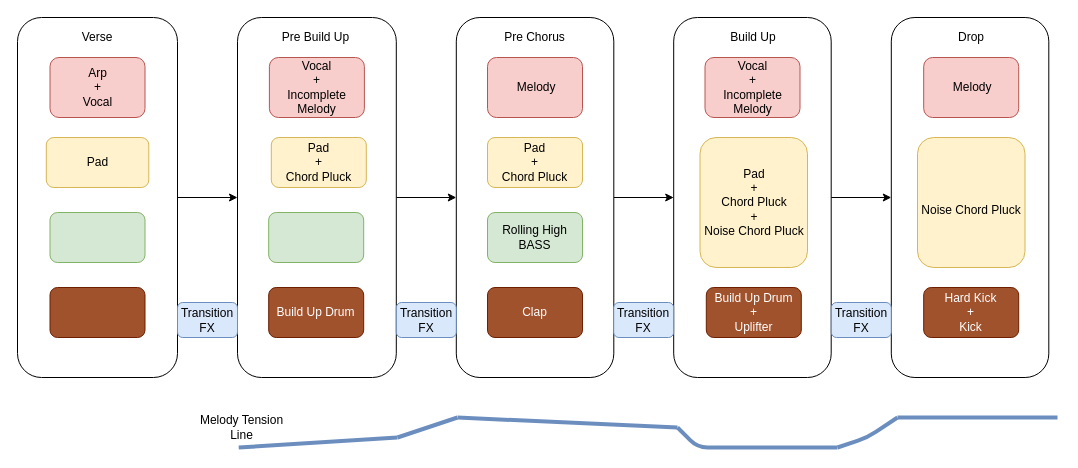
Before: Euphoric Hardstyle Pattern1.drawio in houance/Music-Illustration, a draw.io diagram. Source tidied: cells renumbered, new cells numbered last; positions are measured from the earlier drawing's top-left corner, leaving out a move shared by most shapes. Both pictures are drawn from the tidied source at 100%, with x=0, y=0 at pixel (17, 17).
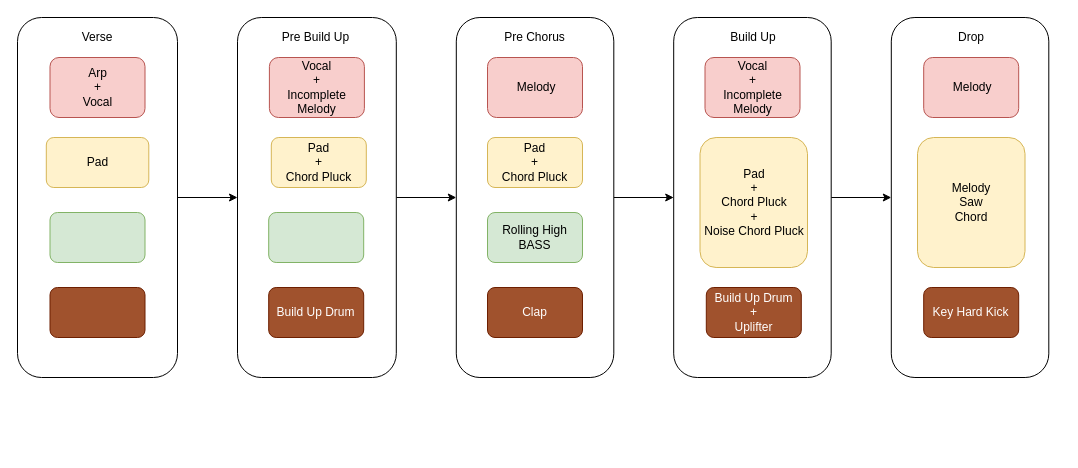
The same page after the edit.

Diff of the diagram source:
```diff
@@
-    <mxCell id="28" value="&lt;br&gt;Noise Chord Pluck" style="rounded=1;whiteSpace=wrap;html=1;fillColor=#fff2cc;strokeColor=#d6b656;" parent="1" vertex="1">
+    <mxCell id="28" value="Melody&lt;br&gt;Saw&lt;br&gt;Chord" style="rounded=1;whiteSpace=wrap;html=1;fillColor=#fff2cc;strokeColor=#d6b656;" parent="1" vertex="1">
       <mxGeometry x="900" y="120" width="107.5" height="130" as="geometry" />
     </mxCell>
-    <mxCell id="29" value="Hard Kick&lt;br&gt;+&lt;br&gt;Kick" style="rounded=1;whiteSpace=wrap;html=1;fillColor=#a0522d;strokeColor=#6D1F00;fontColor=#ffffff;" parent="1" vertex="1">
+    <mxCell id="29" value="Key Hard Kick" style="rounded=1;whiteSpace=wrap;html=1;fillColor=#a0522d;strokeColor=#6D1F00;fontColor=#ffffff;" parent="1" vertex="1">
       <mxGeometry x="906.2" y="270" width="95" height="50" as="geometry" />
     </mxCell>
@@
-    <mxCell id="31" style="endArrow=none;html=1;fontSize=12;fillColor=#dae8fc;strokeColor=#6c8ebf;rounded=1;jumpSize=10;strokeWidth=4;" parent="1" edge="1">
-      <mxGeometry relative="1" as="geometry">
-        <mxPoint x="221.2" y="430" as="sourcePoint" />
-        <mxPoint x="380" y="420" as="targetPoint" />
-      </mxGeometry>
-    </mxCell>
-    <mxCell id="32" style="endArrow=none;html=1;fontSize=12;fillColor=#dae8fc;strokeColor=#6c8ebf;rounded=1;jumpSize=10;strokeWidth=4;" parent="1" edge="1">
-      <mxGeometry relative="1" as="geometry">
-        <mxPoint x="380" y="420" as="sourcePoint" />
-        <mxPoint x="440" y="400" as="targetPoint" />
-      </mxGeometry>
-    </mxCell>
-    <mxCell id="33" style="endArrow=none;html=1;fontSize=12;fillColor=#dae8fc;strokeColor=#6c8ebf;rounded=1;jumpSize=10;strokeWidth=4;" parent="1" edge="1">
-      <mxGeometry relative="1" as="geometry">
-        <mxPoint x="440" y="400" as="sourcePoint" />
-        <mxPoint x="660" y="410" as="targetPoint" />
-      </mxGeometry>
-    </mxCell>
-    <mxCell id="34" style="endArrow=none;html=1;strokeWidth=4;fontSize=12;fillColor=#dae8fc;strokeColor=#6c8ebf;" parent="1" edge="1">
-      <mxGeometry relative="1" as="geometry">
-        <mxPoint x="660" y="410" as="sourcePoint" />
-        <mxPoint x="820" y="430" as="targetPoint" />
-        <Array as="points">
-          <mxPoint x="680" y="430" />
-        </Array>
-      </mxGeometry>
-    </mxCell>
-    <mxCell id="35" style="endArrow=none;html=1;strokeWidth=4;fontSize=12;fillColor=#dae8fc;strokeColor=#6c8ebf;" parent="1" edge="1">
-      <mxGeometry relative="1" as="geometry">
-        <mxPoint x="820" y="430" as="sourcePoint" />
-        <mxPoint x="880" y="400" as="targetPoint" />
-        <Array as="points">
-          <mxPoint x="850" y="420" />
-        </Array>
-      </mxGeometry>
-    </mxCell>
-    <mxCell id="36" style="endArrow=none;html=1;strokeWidth=4;fontSize=12;fillColor=#dae8fc;strokeColor=#6c8ebf;" parent="1" edge="1">
-      <mxGeometry relative="1" as="geometry">
-        <mxPoint x="880" y="400" as="sourcePoint" />
-        <mxPoint x="1040" y="400" as="targetPoint" />
-      </mxGeometry>
-    </mxCell>
-    <mxCell id="37" value="Melody Tension&lt;br&gt;Line" style="text;html=1;strokeColor=none;fillColor=none;align=center;verticalAlign=middle;whiteSpace=wrap;rounded=0;fontSize=12;" parent="1" vertex="1">
-      <mxGeometry x="170" y="400" width="109" height="20" as="geometry" />
-    </mxCell>
@@
-    <mxCell id="41" value="Transition FX" style="rounded=1;whiteSpace=wrap;html=1;fontSize=12;fillColor=#dae8fc;strokeColor=#6c8ebf;" parent="1" vertex="1">
-      <mxGeometry x="160" y="285" width="60" height="35" as="geometry" />
-    </mxCell>
-    <mxCell id="42" value="Transition FX" style="rounded=1;whiteSpace=wrap;html=1;fontSize=12;fillColor=#dae8fc;strokeColor=#6c8ebf;" parent="1" vertex="1">
-      <mxGeometry x="378.8" y="285" width="60" height="35" as="geometry" />
-    </mxCell>
-    <mxCell id="43" value="Transition FX" style="rounded=1;whiteSpace=wrap;html=1;fontSize=12;fillColor=#dae8fc;strokeColor=#6c8ebf;" parent="1" vertex="1">
-      <mxGeometry x="596.2" y="285" width="60" height="35" as="geometry" />
-    </mxCell>
-    <mxCell id="44" value="Transition FX" style="rounded=1;whiteSpace=wrap;html=1;fontSize=12;fillColor=#dae8fc;strokeColor=#6c8ebf;" parent="1" vertex="1">
-      <mxGeometry x="813.8" y="285" width="60" height="35" as="geometry" />
-    </mxCell>
```
